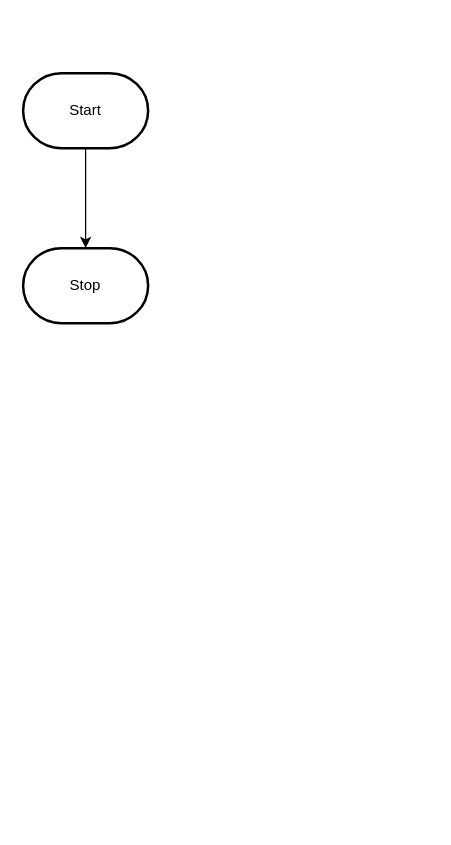
Before: design/flowchart.drawio in MTHS-ICS2O-2-2022/ICS2O-Unit-3-02-Dominic-Madeira, a draw.io diagram. Source tidied: cells renumbered, new cells numbered last; positions are measured from the earlier drawing's top-left corner, leaving out a move shared by most shapes. Both pictures are drawn from the tidied source at 125%, with x=0, y=0 at pixel (22, 72).
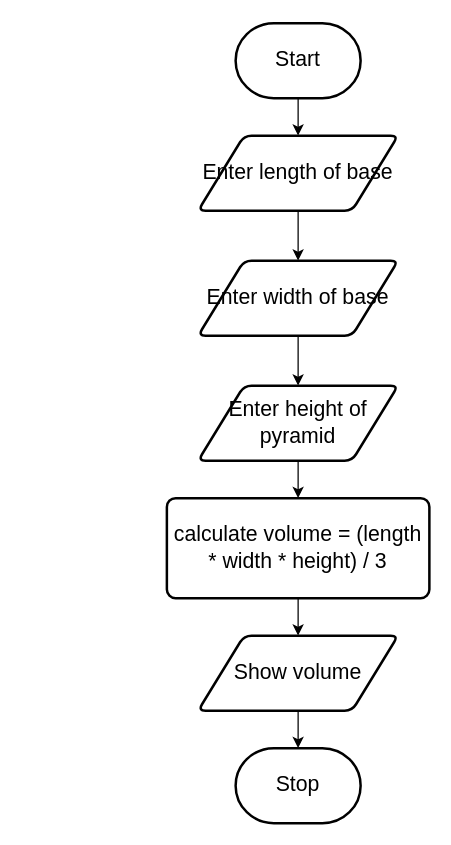
After the change.

Change to the diagram source:
```diff
@@
 <mxGraphModel>
   <root>
     <mxCell id="0" />
     <mxCell id="1" parent="0" />
-    <mxCell id="2" style="edgeStyle=orthogonalEdgeStyle;html=1;rounded=0;" parent="1" edge="1" source="3" target="4">
+    <mxCell id="2" style="edgeStyle=orthogonalEdgeStyle;html=1;rounded=0;" parent="1" edge="1" source="3" target="6">
       <mxGeometry relative="1" as="geometry" />
     </mxCell>
-    <mxCell id="3" value="Start" style="strokeWidth=2;html=1;shape=mxgraph.flowchart.terminator;whiteSpace=wrap;" parent="1" vertex="1">
-      <mxGeometry width="100" height="60" as="geometry" />
+    <mxCell id="3" value="&lt;font style=&quot;font-size: 17px;&quot;&gt;Start&lt;/font&gt;" style="strokeWidth=2;html=1;shape=mxgraph.flowchart.terminator;whiteSpace=wrap;" parent="1" vertex="1">
+      <mxGeometry x="170" y="-40" width="100" height="60" as="geometry" />
     </mxCell>
-    <mxCell id="4" value="Stop" style="strokeWidth=2;html=1;shape=mxgraph.flowchart.terminator;whiteSpace=wrap;" parent="1" vertex="1">
-      <mxGeometry y="140" width="100" height="60" as="geometry" />
+    <mxCell id="4" value="&lt;font style=&quot;font-size: 17px;&quot;&gt;Stop&lt;/font&gt;" style="strokeWidth=2;html=1;shape=mxgraph.flowchart.terminator;whiteSpace=wrap;" parent="1" vertex="1">
+      <mxGeometry x="170" y="540" width="100" height="60" as="geometry" />
     </mxCell>
+    <mxCell id="5" style="edgeStyle=orthogonalEdgeStyle;shape=connector;rounded=0;html=1;labelBackgroundColor=default;strokeColor=default;fontFamily=Helvetica;fontSize=11;fontColor=default;endArrow=classic;" parent="1" edge="1" source="6" target="8">
+      <mxGeometry relative="1" as="geometry" />
+    </mxCell>
+    <mxCell id="6" value="&lt;font style=&quot;font-size: 17px;&quot;&gt;Enter length of base&lt;/font&gt;" style="shape=parallelogram;html=1;strokeWidth=2;perimeter=parallelogramPerimeter;whiteSpace=wrap;rounded=1;arcSize=12;size=0.23;fontFamily=Helvetica;fontSize=11;fontColor=default;" parent="1" vertex="1">
+      <mxGeometry x="140" y="50" width="160" height="60" as="geometry" />
+    </mxCell>
+    <mxCell id="7" style="edgeStyle=orthogonalEdgeStyle;shape=connector;rounded=0;html=1;exitX=0.5;exitY=1;exitDx=0;exitDy=0;labelBackgroundColor=default;strokeColor=default;fontFamily=Helvetica;fontSize=11;fontColor=default;endArrow=classic;" parent="1" edge="1" source="8" target="10">
+      <mxGeometry relative="1" as="geometry" />
+    </mxCell>
+    <mxCell id="8" value="&lt;font style=&quot;font-size: 17px;&quot;&gt;Enter width of base&lt;/font&gt;" style="shape=parallelogram;html=1;strokeWidth=2;perimeter=parallelogramPerimeter;whiteSpace=wrap;rounded=1;arcSize=12;size=0.23;fontFamily=Helvetica;fontSize=11;fontColor=default;" parent="1" vertex="1">
+      <mxGeometry x="140" y="150" width="160" height="60" as="geometry" />
+    </mxCell>
+    <mxCell id="9" style="edgeStyle=orthogonalEdgeStyle;shape=connector;rounded=0;html=1;entryX=0.5;entryY=0;entryDx=0;entryDy=0;labelBackgroundColor=default;strokeColor=default;fontFamily=Helvetica;fontSize=17;fontColor=default;endArrow=classic;" parent="1" edge="1" source="10" target="12">
+      <mxGeometry relative="1" as="geometry" />
+    </mxCell>
+    <mxCell id="10" value="&lt;font style=&quot;font-size: 17px;&quot;&gt;Enter height of pyramid&lt;/font&gt;" style="shape=parallelogram;html=1;strokeWidth=2;perimeter=parallelogramPerimeter;whiteSpace=wrap;rounded=1;arcSize=12;size=0.23;fontFamily=Helvetica;fontSize=11;fontColor=default;" parent="1" vertex="1">
+      <mxGeometry x="140" y="250" width="160" height="60" as="geometry" />
+    </mxCell>
+    <mxCell id="11" style="edgeStyle=orthogonalEdgeStyle;shape=connector;rounded=0;html=1;exitX=0.5;exitY=1;exitDx=0;exitDy=0;entryX=0.5;entryY=0;entryDx=0;entryDy=0;labelBackgroundColor=default;strokeColor=default;fontFamily=Helvetica;fontSize=17;fontColor=default;endArrow=classic;" parent="1" edge="1" source="12" target="14">
+      <mxGeometry relative="1" as="geometry" />
+    </mxCell>
+    <mxCell id="12" value="&lt;font style=&quot;font-size: 17px;&quot;&gt;calculate volume = (length * width * height) / 3&lt;/font&gt;" style="rounded=1;whiteSpace=wrap;html=1;absoluteArcSize=1;arcSize=14;strokeWidth=2;fontFamily=Helvetica;fontSize=11;fontColor=default;" parent="1" vertex="1">
+      <mxGeometry x="115" y="340" width="210" height="80" as="geometry" />
+    </mxCell>
+    <mxCell id="13" style="edgeStyle=orthogonalEdgeStyle;shape=connector;rounded=0;html=1;entryX=0.5;entryY=0;entryDx=0;entryDy=0;entryPerimeter=0;labelBackgroundColor=default;strokeColor=default;fontFamily=Helvetica;fontSize=17;fontColor=default;endArrow=classic;" parent="1" edge="1" source="14" target="4">
+      <mxGeometry relative="1" as="geometry" />
+    </mxCell>
+    <mxCell id="14" value="&lt;font style=&quot;font-size: 17px;&quot;&gt;Show volume&lt;/font&gt;" style="shape=parallelogram;html=1;strokeWidth=2;perimeter=parallelogramPerimeter;whiteSpace=wrap;rounded=1;arcSize=12;size=0.23;fontFamily=Helvetica;fontSize=11;fontColor=default;" parent="1" vertex="1">
+      <mxGeometry x="140" y="450" width="160" height="60" as="geometry" />
+    </mxCell>
   </root>
 </mxGraphModel>
```
